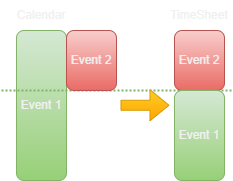
This is images/Parralel2.png from JanVasko1/KM-Calendar_Reading, a draw.io export, as it was before one commit. Source tidied: cells renumbered, new cells last; positions are measured from the earlier drawing's top-left corner, leaving out a move shared by most shapes. Its diagram source:
```xml
<mxGraphModel>
  <root>
    <mxCell id="0" />
    <mxCell id="1" parent="0" />
    <mxCell id="2" value="Event 1" style="rounded=1;whiteSpace=wrap;html=1;fillColor=#d5e8d4;strokeColor=#82b366;gradientColor=#97d077;" parent="1" vertex="1">
      <mxGeometry x="15" y="30" width="50" height="150" as="geometry" />
    </mxCell>
    <mxCell id="3" style="endArrow=none;dashed=1;html=1;dashPattern=1 1;strokeWidth=2;rounded=0;fillColor=#d5e8d4;strokeColor=#82b366;gradientColor=#97d077;" parent="1" edge="1">
      <mxGeometry relative="1" as="geometry">
        <mxPoint y="90" as="sourcePoint" />
        <mxPoint x="230" y="90" as="targetPoint" />
      </mxGeometry>
    </mxCell>
    <mxCell id="4" value="Calendar" style="text;html=1;align=center;verticalAlign=middle;whiteSpace=wrap;rounded=0;" parent="1" vertex="1">
      <mxGeometry x="10" width="60" height="30" as="geometry" />
    </mxCell>
    <mxCell id="5" value="TimeSheet" style="text;html=1;align=center;verticalAlign=middle;whiteSpace=wrap;rounded=0;" parent="1" vertex="1">
      <mxGeometry x="168" width="60" height="30" as="geometry" />
    </mxCell>
    <mxCell id="6" value="Event 2" style="rounded=1;whiteSpace=wrap;html=1;fillColor=#f8cecc;strokeColor=#b85450;gradientColor=#ea6b66;" parent="1" vertex="1">
      <mxGeometry x="173" y="30" width="50" height="60" as="geometry" />
    </mxCell>
    <mxCell id="7" style="shape=flexArrow;endArrow=classic;html=1;rounded=0;fillColor=#ffcd28;gradientColor=#ffa500;strokeColor=#d79b00;" parent="1" edge="1">
      <mxGeometry relative="1" as="geometry">
        <mxPoint x="119" y="104.8" as="sourcePoint" />
        <mxPoint x="168" y="104.8" as="targetPoint" />
      </mxGeometry>
    </mxCell>
    <mxCell id="8" value="Event 1" style="rounded=1;whiteSpace=wrap;html=1;fillColor=#d5e8d4;strokeColor=#82b366;gradientColor=#97d077;" parent="1" vertex="1">
      <mxGeometry x="173" y="90" width="50" height="90" as="geometry" />
    </mxCell>
    <mxCell id="9" value="Event 2" style="rounded=1;whiteSpace=wrap;html=1;fillColor=#f8cecc;strokeColor=#b85450;gradientColor=#ea6b66;" parent="1" vertex="1">
      <mxGeometry x="65" y="30" width="50" height="60" as="geometry" />
    </mxCell>
  </root>
</mxGraphModel>
```
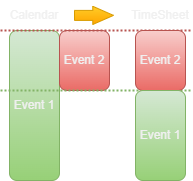
After the change.

Diff of the diagram source:
```diff
@@ -5,32 +5,38 @@
     <mxCell id="2" value="Event 1" style="rounded=1;whiteSpace=wrap;html=1;fillColor=#d5e8d4;strokeColor=#82b366;gradientColor=#97d077;" parent="1" vertex="1">
       <mxGeometry x="15" y="30" width="50" height="150" as="geometry" />
     </mxCell>
-    <mxCell id="3" style="endArrow=none;dashed=1;html=1;dashPattern=1 1;strokeWidth=2;rounded=0;fillColor=#d5e8d4;strokeColor=#82b366;gradientColor=#97d077;" parent="1" edge="1">
-      <mxGeometry relative="1" as="geometry">
-        <mxPoint y="90" as="sourcePoint" />
-        <mxPoint x="230" y="90" as="targetPoint" />
-      </mxGeometry>
+    <mxCell id="3" value="Calendar" style="text;html=1;align=center;verticalAlign=middle;whiteSpace=wrap;rounded=0;" parent="1" vertex="1">
+      <mxGeometry x="10" width="60" height="30" as="geometry" />
     </mxCell>
-    <mxCell id="4" value="Calendar" style="text;html=1;align=center;verticalAlign=middle;whiteSpace=wrap;rounded=0;" parent="1" vertex="1">
-      <mxGeometry x="10" width="60" height="30" as="geometry" />
+    <mxCell id="4" value="TimeSheet" style="text;html=1;align=center;verticalAlign=middle;whiteSpace=wrap;rounded=0;" parent="1" vertex="1">
+      <mxGeometry x="136" width="60" height="30" as="geometry" />
     </mxCell>
-    <mxCell id="5" value="TimeSheet" style="text;html=1;align=center;verticalAlign=middle;whiteSpace=wrap;rounded=0;" parent="1" vertex="1">
-      <mxGeometry x="168" width="60" height="30" as="geometry" />
+    <mxCell id="5" value="Event 2" style="rounded=1;whiteSpace=wrap;html=1;fillColor=#f8cecc;strokeColor=#b85450;gradientColor=#ea6b66;" parent="1" vertex="1">
+      <mxGeometry x="65" y="30" width="50" height="60" as="geometry" />
     </mxCell>
-    <mxCell id="6" value="Event 2" style="rounded=1;whiteSpace=wrap;html=1;fillColor=#f8cecc;strokeColor=#b85450;gradientColor=#ea6b66;" parent="1" vertex="1">
-      <mxGeometry x="173" y="30" width="50" height="60" as="geometry" />
+    <mxCell id="6" style="shape=flexArrow;endArrow=classic;html=1;rounded=0;fillColor=#ffcd28;gradientColor=#ffa500;strokeColor=#d79b00;endWidth=7.209302325581396;endSize=6.574418604651163;" parent="1" edge="1">
+      <mxGeometry relative="1" as="geometry">
+        <mxPoint x="79.5" y="14.9" as="sourcePoint" />
+        <mxPoint x="119.5" y="14.9" as="targetPoint" />
+      </mxGeometry>
     </mxCell>
-    <mxCell id="7" style="shape=flexArrow;endArrow=classic;html=1;rounded=0;fillColor=#ffcd28;gradientColor=#ffa500;strokeColor=#d79b00;" parent="1" edge="1">
+    <mxCell id="7" style="endArrow=none;dashed=1;html=1;dashPattern=1 1;strokeWidth=2;rounded=0;fillColor=#d5e8d4;strokeColor=#82b366;gradientColor=#97d077;" parent="1" edge="1">
       <mxGeometry relative="1" as="geometry">
-        <mxPoint x="119" y="104.8" as="sourcePoint" />
-        <mxPoint x="168" y="104.8" as="targetPoint" />
+        <mxPoint x="6" y="90" as="sourcePoint" />
+        <mxPoint x="196" y="90" as="targetPoint" />
       </mxGeometry>
     </mxCell>
-    <mxCell id="8" value="Event 1" style="rounded=1;whiteSpace=wrap;html=1;fillColor=#d5e8d4;strokeColor=#82b366;gradientColor=#97d077;" parent="1" vertex="1">
-      <mxGeometry x="173" y="90" width="50" height="90" as="geometry" />
+    <mxCell id="8" style="endArrow=none;dashed=1;html=1;dashPattern=1 1;strokeWidth=2;rounded=0;fillColor=#f8cecc;strokeColor=#b85450;gradientColor=#ea6b66;" parent="1" edge="1">
+      <mxGeometry relative="1" as="geometry">
+        <mxPoint x="6" y="30" as="sourcePoint" />
+        <mxPoint x="196" y="30" as="targetPoint" />
+      </mxGeometry>
     </mxCell>
     <mxCell id="9" value="Event 2" style="rounded=1;whiteSpace=wrap;html=1;fillColor=#f8cecc;strokeColor=#b85450;gradientColor=#ea6b66;" parent="1" vertex="1">
-      <mxGeometry x="65" y="30" width="50" height="60" as="geometry" />
+      <mxGeometry x="141" y="30" width="50" height="60" as="geometry" />
     </mxCell>
+    <mxCell id="10" value="Event 1" style="rounded=1;whiteSpace=wrap;html=1;fillColor=#d5e8d4;strokeColor=#82b366;gradientColor=#97d077;" parent="1" vertex="1">
+      <mxGeometry x="141" y="90" width="50" height="90" as="geometry" />
+    </mxCell>
   </root>
 </mxGraphModel>
```
